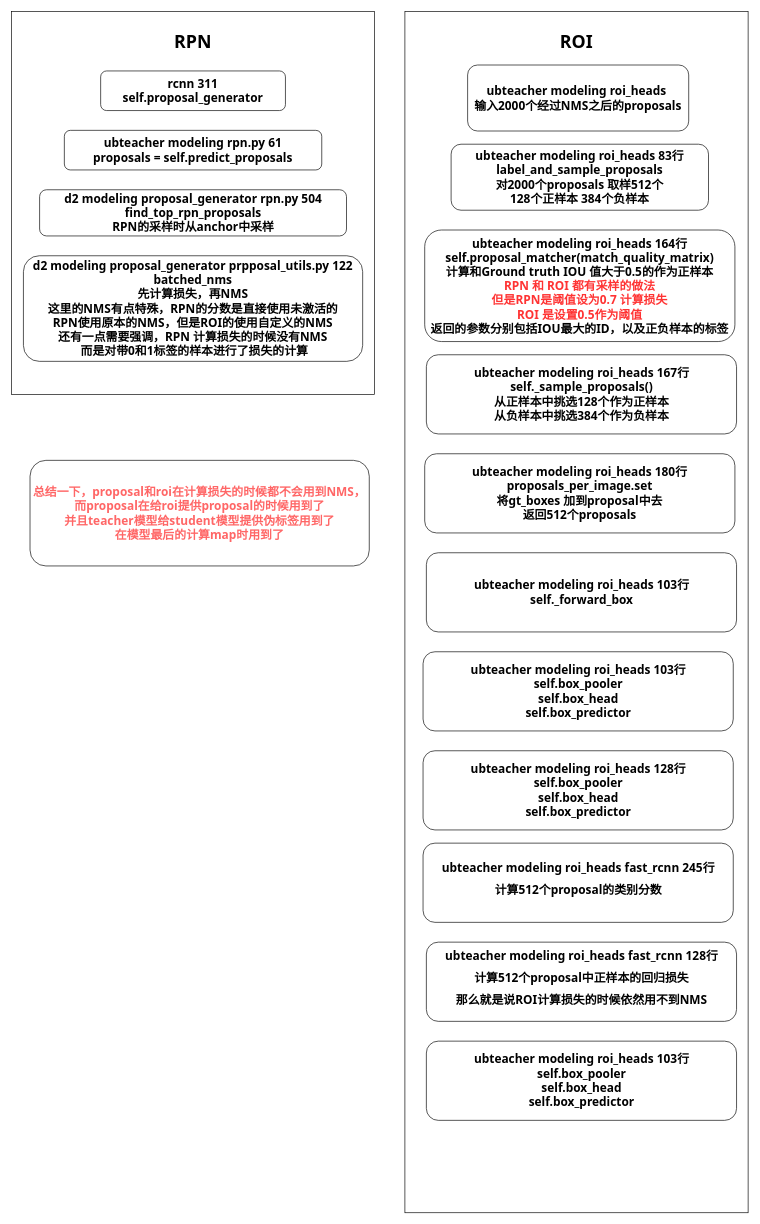
This is NMS的使用.drawio from Pandaxia8/Test, a draw.io file, before an edit. Source tidied: cells renumbered, new cells numbered last; positions are measured from the earlier drawing's top-left corner, leaving out a move shared by most shapes. Both pictures are drawn from the tidied source at 66%, with x=0, y=0 at pixel (11, 11).
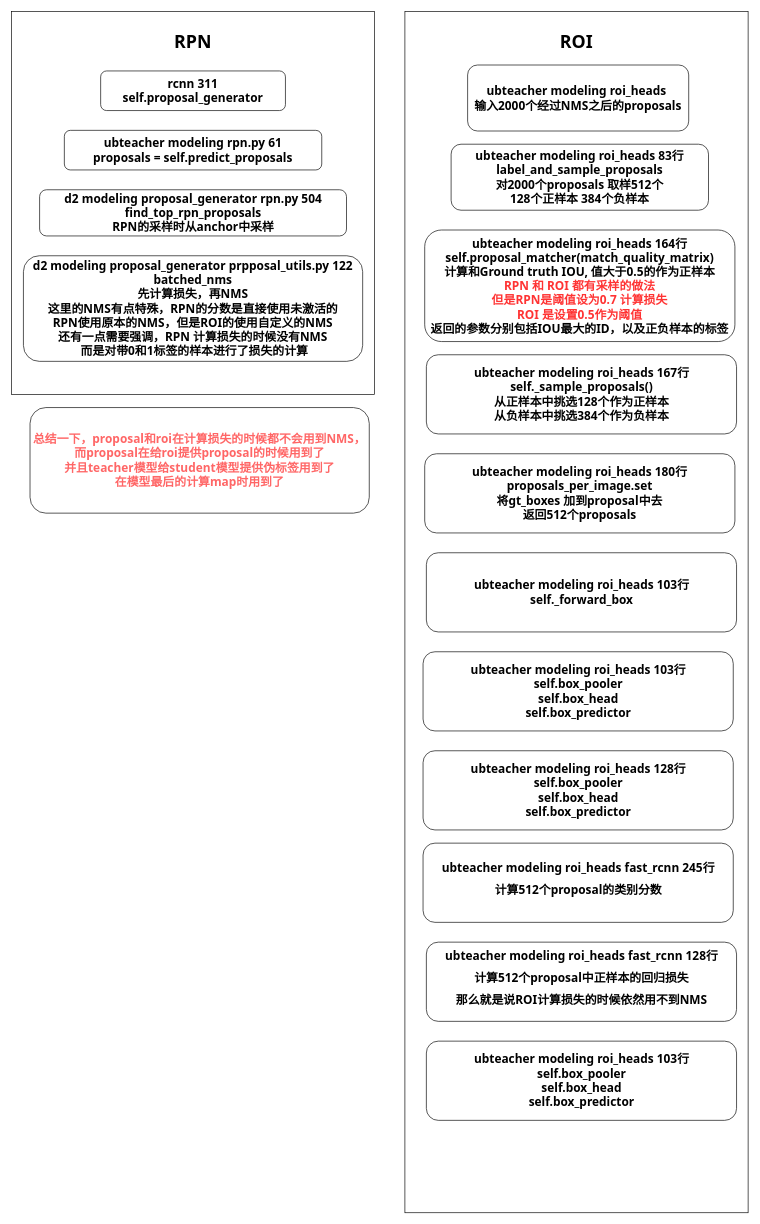
Above is the later version.

Commit message:
更新NMS的使用.drawio

The edit, as a diff of the source:
```diff
@@
-    <mxCell id="12" value="&lt;span style=&quot;font-size: 18px;&quot;&gt;ubteacher modeling roi_heads 164行&lt;/span&gt;&lt;br&gt;&lt;span style=&quot;font-size: 18px;&quot;&gt;self.proposal_matcher(match_quality_matrix)&lt;br&gt;计算和Ground truth IOU 值大于0.5的作为正样本&lt;br&gt;&lt;font color=&quot;#ff3333&quot;&gt;RPN 和 ROI 都有采样的做法&lt;br&gt;但是RPN是阈值设为0.7 计算损失&lt;br&gt;ROI 是设置0.5作为阈值&lt;br&gt;&lt;/font&gt;返回的参数分别包括IOU最大的ID，以及正负样本的标签&lt;br&gt;&lt;/span&gt;" style="rounded=1;whiteSpace=wrap;html=1;fontFamily=Tahoma;fontStyle=1;" parent="1" vertex="1">
+    <mxCell id="12" value="&lt;span style=&quot;font-size: 18px;&quot;&gt;ubteacher modeling roi_heads 164行&lt;/span&gt;&lt;br&gt;&lt;span style=&quot;font-size: 18px;&quot;&gt;self.proposal_matcher(match_quality_matrix)&lt;br&gt;计算和Ground truth IOU, 值大于0.5的作为正样本&lt;br&gt;&lt;font color=&quot;#ff3333&quot;&gt;RPN 和 ROI 都有采样的做法&lt;br&gt;但是RPN是阈值设为0.7 计算损失&lt;br&gt;ROI 是设置0.5作为阈值&lt;br&gt;&lt;/font&gt;返回的参数分别包括IOU最大的ID，以及正负样本的标签&lt;br&gt;&lt;/span&gt;" style="rounded=1;whiteSpace=wrap;html=1;fontFamily=Tahoma;fontStyle=1;" parent="1" vertex="1">
       <mxGeometry x="626" y="331" width="470" height="169" as="geometry" />
     </mxCell>
@@
     <mxCell id="21" value="&lt;font style=&quot;font-size: 18px;&quot;&gt;&lt;font color=&quot;#ff6666&quot;&gt;总结一下，proposal和roi在计算损失的时候都不会用到NMS，而proposal在给roi提供proposal的时候用到了&lt;br&gt;并且teacher模型给student模型提供伪标签用到了&lt;br&gt;在模型最后的计算map时用到了&lt;/font&gt;&lt;br&gt;&lt;/font&gt;" style="rounded=1;whiteSpace=wrap;html=1;fontFamily=Tahoma;fontStyle=1;" parent="1" vertex="1">
-      <mxGeometry x="28" y="680" width="514" height="160" as="geometry" />
+      <mxGeometry x="28" y="600" width="514" height="160" as="geometry" />
     </mxCell>
```
